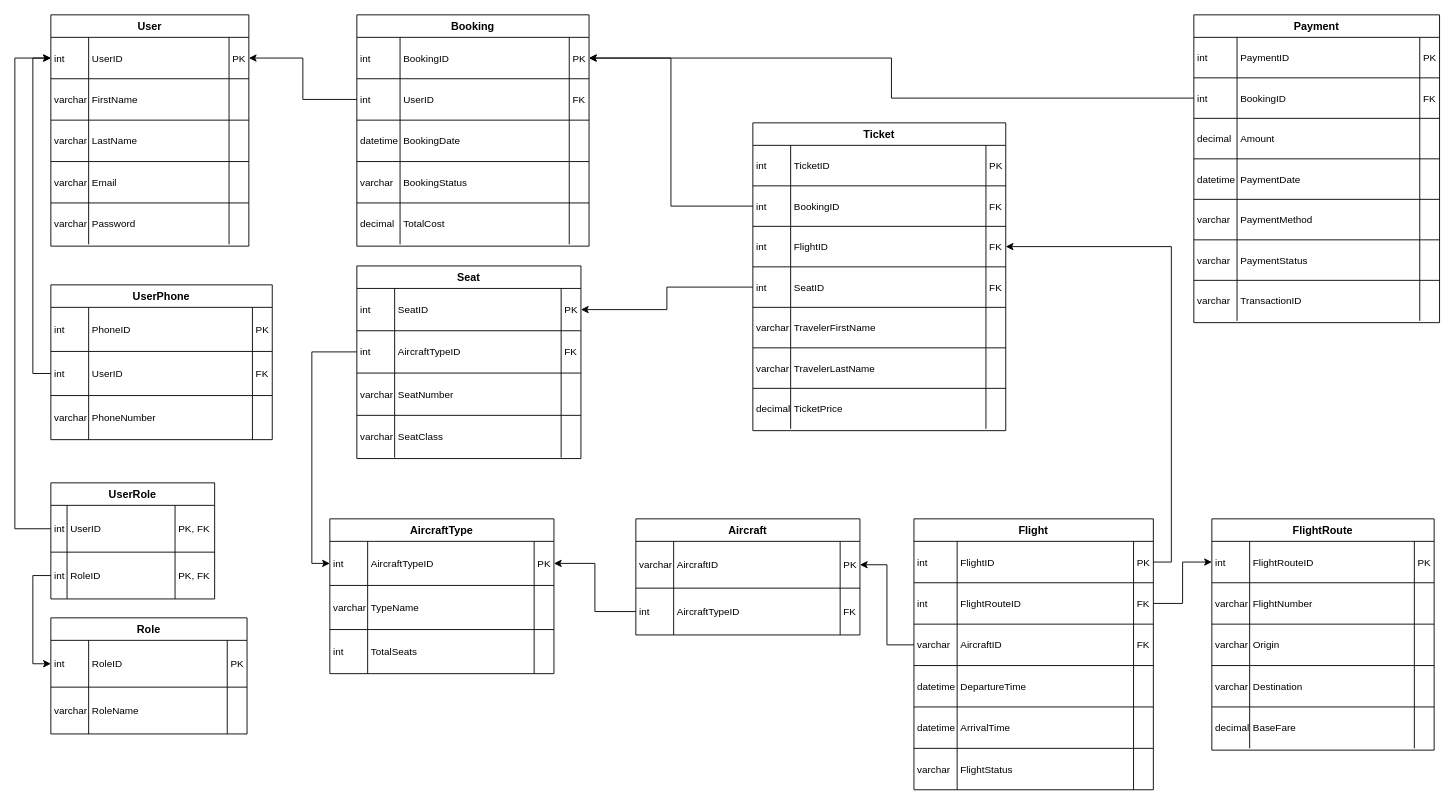
Above: erd-mapping/Airline - Mapping.drawio in EyadMostafa/airline-reservation-system (draw.io), before the change. Source tidied: cells renumbered, new cells numbered last; positions are measured from the earlier drawing's top-left corner, leaving out a move shared by most shapes. Both pictures are drawn from the tidied source at 90%, with x=0, y=0 at pixel (14, 14).
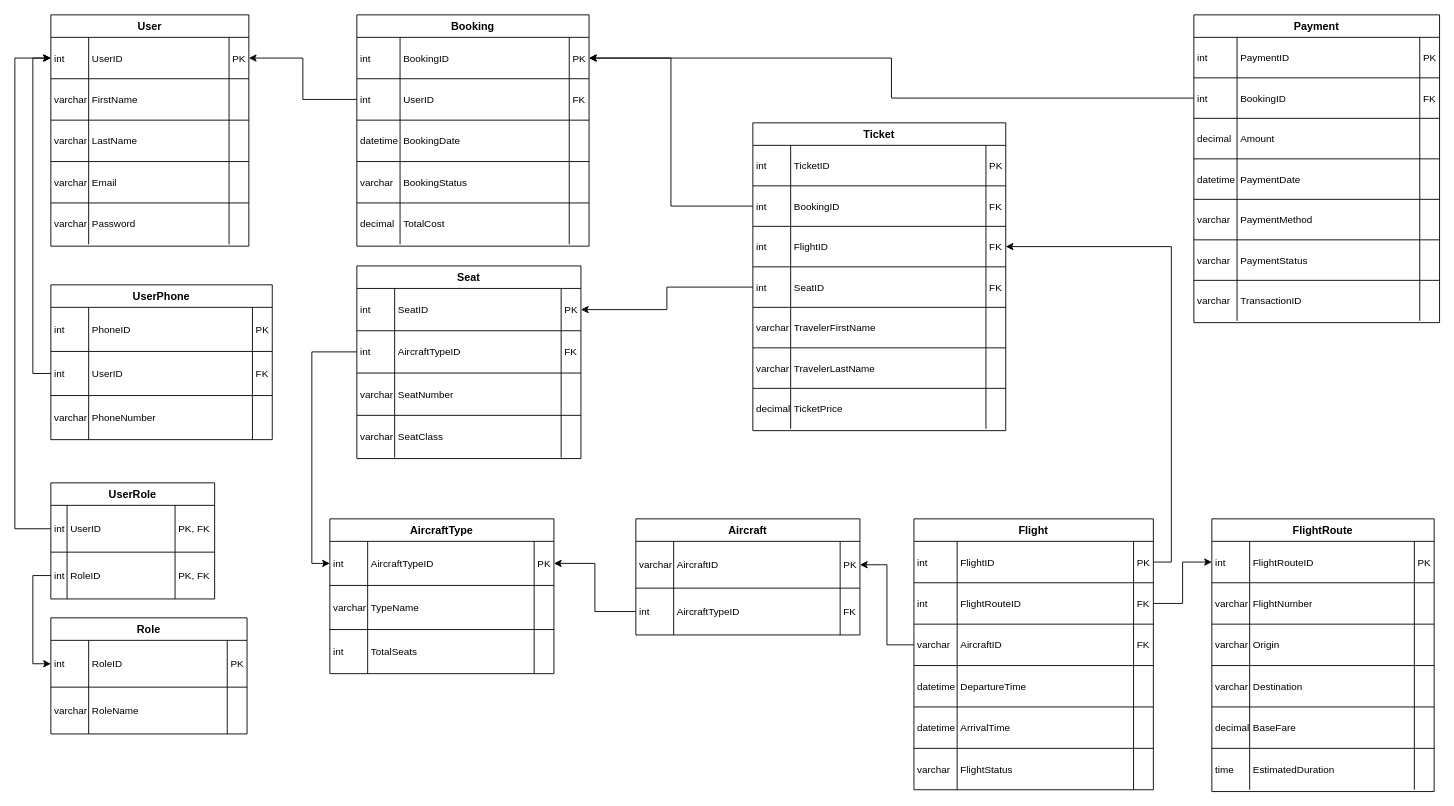
Above is the later version.

Commit message (it also covers changes not shown here):
updated the diagrams to include 'EstimatedDuration' attribute for 'FlightRoute' entity

What changed in the source:
```diff
@@
     <mxCell id="143" value="FlightRoute" style="shape=table;startSize=25;childLayout=tableLayout;rowLines=1;fontStyle=1;align=center;" parent="1" vertex="1">
-      <mxGeometry x="1330" y="560" width="247" height="257" as="geometry" />
+      <mxGeometry x="1330" y="560" width="247" height="303" as="geometry" />
     </mxCell>
@@
+    <mxCell id="230" style="shape=tableRow;horizontal=0;startSize=0;swimlaneHead=0;swimlaneBody=0;fillColor=none;top=0;left=0;right=0;bottom=0;" parent="143" vertex="1">
+      <mxGeometry y="255" width="247" height="46" as="geometry" />
+    </mxCell>
+    <mxCell id="231" value="time" style="shape=partialRectangle;fillColor=none;top=0;left=0;bottom=0;right=0;align=left;spacingLeft=2;overflow=hidden;fontSize=11;" parent="230" vertex="1">
+      <mxGeometry width="42" height="46" as="geometry" />
+    </mxCell>
+    <mxCell id="232" value="EstimatedDuration" style="shape=partialRectangle;fillColor=none;top=0;left=0;bottom=0;right=0;align=left;spacingLeft=2;overflow=hidden;fontSize=11;" parent="230" vertex="1">
+      <mxGeometry x="42" width="183" height="46" as="geometry" />
+    </mxCell>
+    <mxCell id="233" style="shape=partialRectangle;fillColor=none;top=0;left=0;bottom=0;right=0;align=left;spacingLeft=2;overflow=hidden;fontSize=11;" parent="230" vertex="1">
+      <mxGeometry x="225" width="22" height="46" as="geometry" />
+    </mxCell>
```
